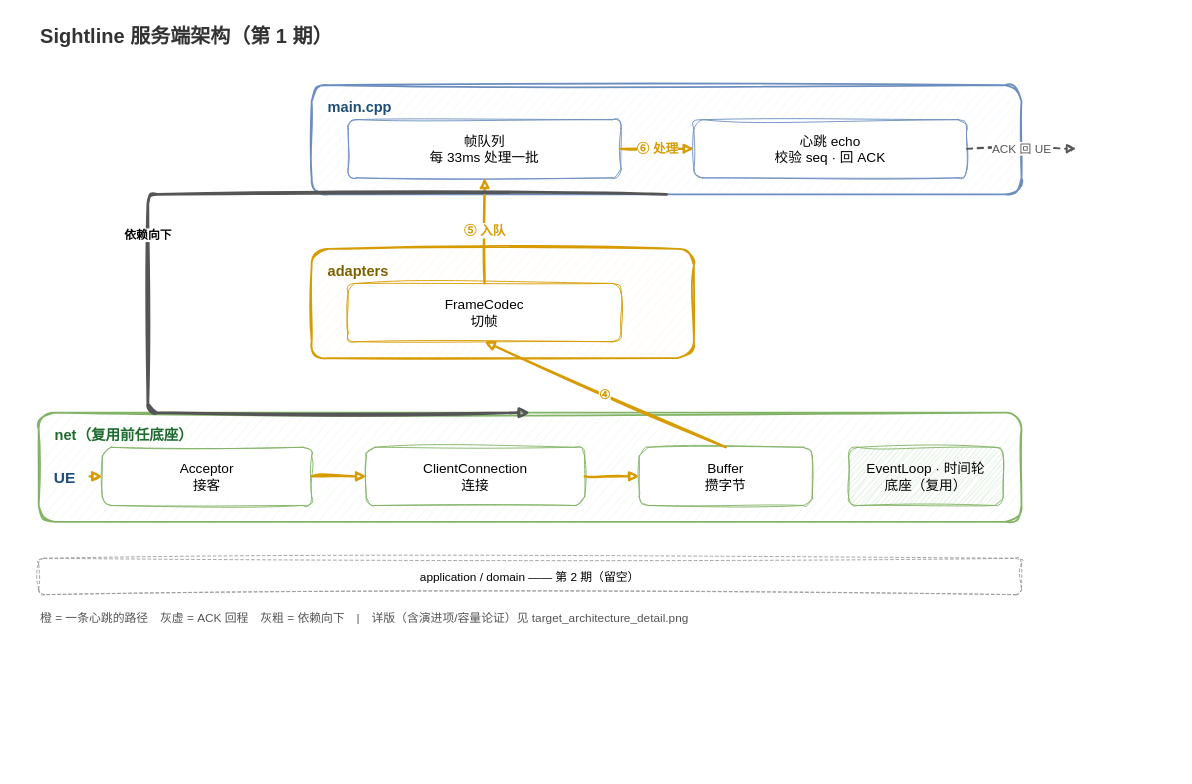
Earlier version of the draw.io diagram docs/episodes/ep01/target_architecture_detail.drawio (x-PiXiu/Sightline). Source tidied: cells renumbered, new cells numbered last; positions are measured from the earlier drawing's top-left corner, leaving out a move shared by most shapes. Both pictures are drawn from the tidied source at 91%, with x=0, y=0 at pixel (38, 17).
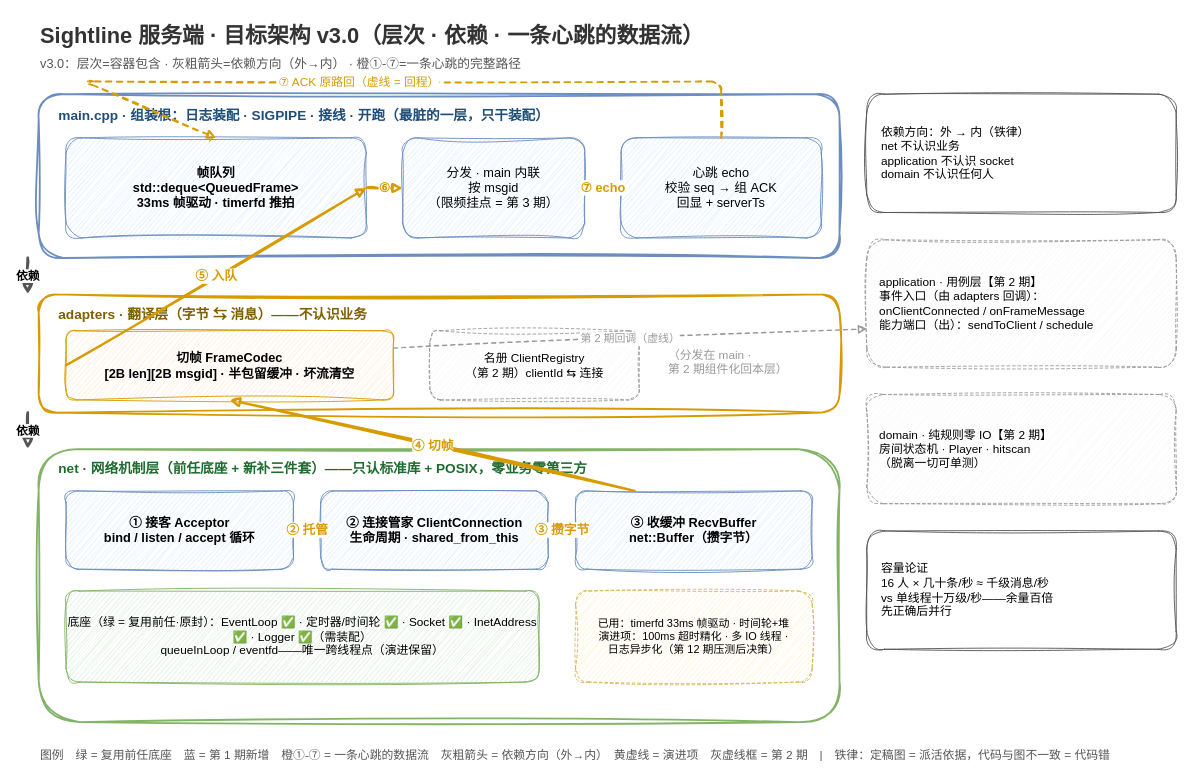
Above is the later version.

Commit message (it also covers changes not shown here):
ep01 图纸收尾：target_architecture_detail 详版真身恢复 + frame_queue_mech 归位根目录

- 详版 drawio 此前被精简版复制冒充（26 元素），从 2026-10-06 Temp 归档恢复真身（35 元素/11.8KB）并重渲 PNG（2553×1658，与精简版 md5 不同）；留档为 v3.0 内容含 3 处已知旧口径（MessageDispatcher/SendBuffer/timerfd），不上镜
- frame_queue_mech.drawio 从嵌套 ep01/ep01/ 归位 ep01 根；嵌套重复 seal_transparent.png 删除

Diff of the diagram source:
```diff
@@
-    <mxCell id="2" value="Sightline 服务端架构（第 1 期）" style="text;fontSize=22;fontStyle=1;fontColor=#333333;align=left;sketch=1;" parent="1" vertex="1">
-      <mxGeometry width="800" height="34" as="geometry" />
+    <mxCell id="2" value="Sightline 服务端 · 目标架构 v3.0（层次 · 依赖 · 一条心跳的数据流）" style="text;fontSize=24;fontStyle=1;fontColor=#333333;align=left;sketch=1;" parent="1" vertex="1">
+      <mxGeometry y="-2" width="1100" height="36" as="geometry" />
     </mxCell>
-    <mxCell id="3" style="rounded=1;fillColor=#f8fbff;strokeColor=#6c8ebf;strokeWidth=2;sketch=1;curveFitting=1;jiggle=2;" parent="1" vertex="1">
-      <mxGeometry x="300" y="74" width="780" height="120" as="geometry" />
-    </mxCell>
-    <mxCell id="4" value="main.cpp" style="text;fontSize=16;fontStyle=1;fontColor=#1f4e79;align=left;sketch=1;" parent="1" vertex="1">
-      <mxGeometry x="316" y="82" width="200" height="24" as="geometry" />
-    </mxCell>
-    <mxCell id="5" value="帧队列&#10;每 33ms 处理一批" style="rounded=1;whiteSpace=wrap;fillColor=#ffffff;strokeColor=#6c8ebf;fontSize=15;sketch=1;curveFitting=1;jiggle=2;" parent="1" vertex="1">
-      <mxGeometry x="340" y="112" width="300" height="64" as="geometry" />
-    </mxCell>
-    <mxCell id="6" value="心跳 echo&#10;校验 seq · 回 ACK" style="rounded=1;whiteSpace=wrap;fillColor=#ffffff;strokeColor=#6c8ebf;fontSize=15;sketch=1;curveFitting=1;jiggle=2;" parent="1" vertex="1">
-      <mxGeometry x="720" y="112" width="300" height="64" as="geometry" />
-    </mxCell>
-    <mxCell id="7" style="rounded=1;fillColor=#fffaf2;strokeColor=#d79b00;strokeWidth=2;sketch=1;curveFitting=1;jiggle=2;" parent="1" vertex="1">
-      <mxGeometry x="300" y="254" width="420" height="120" as="geometry" />
-    </mxCell>
-    <mxCell id="8" value="adapters" style="text;fontSize=16;fontStyle=1;fontColor=#7f6000;align=left;sketch=1;" parent="1" vertex="1">
-      <mxGeometry x="316" y="262" width="200" height="24" as="geometry" />
-    </mxCell>
-    <mxCell id="9" value="FrameCodec&#10;切帧" style="rounded=1;whiteSpace=wrap;fillColor=#ffffff;strokeColor=#d79b00;fontSize=15;sketch=1;curveFitting=1;jiggle=2;" parent="1" vertex="1">
-      <mxGeometry x="340" y="292" width="300" height="64" as="geometry" />
-    </mxCell>
-    <mxCell id="10" style="rounded=1;fillColor=#f6fbf4;strokeColor=#82b366;strokeWidth=2;sketch=1;curveFitting=1;jiggle=2;" parent="1" vertex="1">
-      <mxGeometry y="434" width="1080" height="120" as="geometry" />
-    </mxCell>
-    <mxCell id="11" value="net（复用前任底座）" style="text;fontSize=16;fontStyle=1;fontColor=#1f6b30;align=left;sketch=1;" parent="1" vertex="1">
-      <mxGeometry x="16" y="442" width="300" height="24" as="geometry" />
-    </mxCell>
-    <mxCell id="12" value="Acceptor&#10;接客" style="rounded=1;whiteSpace=wrap;fillColor=#ffffff;strokeColor=#82b366;fontSize=15;sketch=1;curveFitting=1;jiggle=2;" parent="1" vertex="1">
-      <mxGeometry x="70" y="472" width="230" height="64" as="geometry" />
-    </mxCell>
-    <mxCell id="13" value="ClientConnection&#10;连接" style="rounded=1;whiteSpace=wrap;fillColor=#ffffff;strokeColor=#82b366;fontSize=15;sketch=1;curveFitting=1;jiggle=2;" parent="1" vertex="1">
-      <mxGeometry x="360" y="472" width="240" height="64" as="geometry" />
-    </mxCell>
-    <mxCell id="14" value="Buffer&#10;攒字节" style="rounded=1;whiteSpace=wrap;fillColor=#ffffff;strokeColor=#82b366;fontSize=15;sketch=1;curveFitting=1;jiggle=2;" parent="1" vertex="1">
-      <mxGeometry x="660" y="472" width="190" height="64" as="geometry" />
-    </mxCell>
-    <mxCell id="15" value="EventLoop · 时间轮&#10;底座（复用）" style="rounded=1;whiteSpace=wrap;fillColor=#d5e8d4;strokeColor=#82b366;fontSize=15;sketch=1;curveFitting=1;jiggle=2;" parent="1" vertex="1">
-      <mxGeometry x="890" y="472" width="170" height="64" as="geometry" />
-    </mxCell>
-    <mxCell id="16" value="UE" style="text;fontSize=17;fontStyle=1;fontColor=#1f4e79;align=center;sketch=1;" parent="1" vertex="1">
-      <mxGeometry x="4" y="489" width="50" height="30" as="geometry" />
-    </mxCell>
-    <mxCell id="17" style="endArrow=block;html=1;strokeColor=#d79b00;strokeWidth=2.5;sketch=1;curveFitting=1;jiggle=2;" parent="1" edge="1" target="12">
-      <mxGeometry relative="1" as="geometry">
-        <mxPoint x="56" y="504" as="sourcePoint" />
-      </mxGeometry>
-    </mxCell>
-    <mxCell id="18" style="endArrow=block;html=1;strokeColor=#d79b00;strokeWidth=2.5;sketch=1;curveFitting=1;jiggle=2;" parent="1" edge="1" source="12" target="13">
-      <mxGeometry relative="1" as="geometry" />
-    </mxCell>
-    <mxCell id="19" style="endArrow=block;html=1;strokeColor=#d79b00;strokeWidth=2.5;sketch=1;curveFitting=1;jiggle=2;" parent="1" edge="1" source="13" target="14">
-      <mxGeometry relative="1" as="geometry" />
-    </mxCell>
-    <mxCell id="20" value="④" style="endArrow=block;html=1;strokeColor=#d79b00;strokeWidth=2.5;sketch=1;curveFitting=1;jiggle=2;fontSize=14;fontStyle=1;fontColor=#d79b00;exitX=0.5;exitY=0;entryX=0.5;entryY=1;" parent="1" edge="1" source="14" target="9">
-      <mxGeometry relative="1" as="geometry" />
-    </mxCell>
+    <mxCell id="27" value="v3.0：层次=容器包含 · 灰粗箭头=依赖方向（外→内） · 橙①-⑦=一条心跳的完整路径" style="text;fontSize=14;fontColor=#555555;align=left;sketch=1;" parent="1" vertex="1">
+      <mxGeometry y="36" width="1100" height="24" as="geometry" />
+    </mxCell>
+    <mxCell id="28" style="rounded=1;fillColor=#ffffff;strokeColor=#6c8ebf;strokeWidth=2;sketch=1;curveFitting=1;jiggle=2;" parent="1" vertex="1">
+      <mxGeometry y="84" width="880" height="180" as="geometry" />
+    </mxCell>
+    <mxCell id="29" value="main.cpp · 组装根：日志装配 · SIGPIPE · 接线 · 开跑（最脏的一层，只干装配）" style="text;fontSize=15;fontStyle=1;fontColor=#1f4e79;align=left;sketch=1;" parent="1" vertex="1">
+      <mxGeometry x="20" y="92" width="840" height="26" as="geometry" />
+    </mxCell>
+    <mxCell id="30" value="帧队列&#10;std::deque&lt;QueuedFrame&gt;&#10;33ms 帧驱动 · timerfd 推拍" style="rounded=1;whiteSpace=wrap;fillColor=#dae8fc;strokeColor=#6c8ebf;fontSize=14;fontStyle=1;sketch=1;curveFitting=1;jiggle=2;" parent="1" vertex="1">
+      <mxGeometry x="30" y="132" width="330" height="110" as="geometry" />
+    </mxCell>
+    <mxCell id="31" value="分发 · main 内联&#10;按 msgid&#10;（限频挂点 = 第 3 期）" style="rounded=1;whiteSpace=wrap;fillColor=#dae8fc;strokeColor=#6c8ebf;fontSize=14;sketch=1;curveFitting=1;jiggle=2;" parent="1" vertex="1">
+      <mxGeometry x="400" y="132" width="200" height="110" as="geometry" />
+    </mxCell>
+    <mxCell id="32" value="心跳 echo&#10;校验 seq → 组 ACK&#10;回显 + serverTs" style="rounded=1;whiteSpace=wrap;fillColor=#dae8fc;strokeColor=#6c8ebf;fontSize=14;sketch=1;curveFitting=1;jiggle=2;" parent="1" vertex="1">
+      <mxGeometry x="640" y="132" width="220" height="110" as="geometry" />
+    </mxCell>
+    <mxCell id="33" style="rounded=1;fillColor=#ffffff;strokeColor=#d79b00;strokeWidth=2;sketch=1;curveFitting=1;jiggle=2;" parent="1" vertex="1">
+      <mxGeometry y="304" width="880" height="130" as="geometry" />
+    </mxCell>
+    <mxCell id="34" value="adapters · 翻译层（字节 ⇆ 消息）——不认识业务" style="text;fontSize=15;fontStyle=1;fontColor=#7f6000;align=left;sketch=1;" parent="1" vertex="1">
+      <mxGeometry x="20" y="310" width="840" height="26" as="geometry" />
+    </mxCell>
+    <mxCell id="35" value="切帧 FrameCodec&#10;[2B len][2B msgid] · 半包留缓冲 · 坏流清空" style="rounded=1;whiteSpace=wrap;fillColor=#ffe6cc;strokeColor=#d79b00;fontSize=14;fontStyle=1;sketch=1;curveFitting=1;jiggle=2;" parent="1" vertex="1">
+      <mxGeometry x="30" y="344" width="360" height="76" as="geometry" />
+    </mxCell>
+    <mxCell id="36" value="名册 ClientRegistry&#10;（第 2 期）clientId ⇆ 连接" style="rounded=1;whiteSpace=wrap;fillColor=#f5f5f5;strokeColor=#999999;fontSize=13;dashed=1;sketch=1;curveFitting=1;jiggle=2;" parent="1" vertex="1">
+      <mxGeometry x="430" y="344" width="230" height="76" as="geometry" />
+    </mxCell>
+    <mxCell id="37" value="（分发在 main ·&#10;第 2 期组件化回本层）" style="text;fontSize=13;fontColor=#999999;align=left;sketch=1;" parent="1" vertex="1">
+      <mxGeometry x="690" y="356" width="180" height="52" as="geometry" />
+    </mxCell>
+    <mxCell id="38" style="rounded=1;fillColor=#ffffff;strokeColor=#82b366;strokeWidth=2;sketch=1;curveFitting=1;jiggle=2;" parent="1" vertex="1">
+      <mxGeometry y="474" width="880" height="300" as="geometry" />
+    </mxCell>
+    <mxCell id="39" value="net · 网络机制层（前任底座 + 新补三件套）——只认标准库 + POSIX，零业务零第三方" style="text;fontSize=15;fontStyle=1;fontColor=#1f6b30;align=left;sketch=1;" parent="1" vertex="1">
+      <mxGeometry x="20" y="480" width="840" height="26" as="geometry" />
+    </mxCell>
+    <mxCell id="40" value="① 接客 Acceptor&#10;bind / listen / accept 循环" style="rounded=1;whiteSpace=wrap;fillColor=#dae8fc;strokeColor=#6c8ebf;fontSize=14;fontStyle=1;sketch=1;curveFitting=1;jiggle=2;" parent="1" vertex="1">
+      <mxGeometry x="30" y="520" width="250" height="86" as="geometry" />
+    </mxCell>
+    <mxCell id="41" value="② 连接管家 ClientConnection&#10;生命周期 · shared_from_this" style="rounded=1;whiteSpace=wrap;fillColor=#dae8fc;strokeColor=#6c8ebf;fontSize=14;fontStyle=1;sketch=1;curveFitting=1;jiggle=2;" parent="1" vertex="1">
+      <mxGeometry x="310" y="520" width="250" height="86" as="geometry" />
+    </mxCell>
+    <mxCell id="42" value="③ 收缓冲 RecvBuffer&#10;net::Buffer（攒字节）" style="rounded=1;whiteSpace=wrap;fillColor=#dae8fc;strokeColor=#6c8ebf;fontSize=14;fontStyle=1;sketch=1;curveFitting=1;jiggle=2;" parent="1" vertex="1">
+      <mxGeometry x="590" y="520" width="260" height="86" as="geometry" />
+    </mxCell>
+    <mxCell id="43" value="底座（绿 = 复用前任·原封）：EventLoop ✅ · 定时器/时间轮 ✅ · Socket ✅ · InetAddress ✅ · Logger ✅（需装配）&#10;queueInLoop / eventfd——唯一跨线程点（演进保留）" style="rounded=1;whiteSpace=wrap;fillColor=#d5e8d4;strokeColor=#82b366;fontSize=13;sketch=1;curveFitting=1;jiggle=2;" parent="1" vertex="1">
+      <mxGeometry x="30" y="630" width="520" height="100" as="geometry" />
+    </mxCell>
+    <mxCell id="44" value="已用：timerfd 33ms 帧驱动 · 时间轮+堆&#10;演进项：100ms 超时精化 · 多 IO 线程 ·&#10;日志异步化（第 12 期压测后决策）" style="rounded=1;whiteSpace=wrap;fillColor=#fff2cc;strokeColor=#d6b656;fontSize=12;dashed=1;sketch=1;curveFitting=1;jiggle=2;" parent="1" vertex="1">
+      <mxGeometry x="590" y="630" width="260" height="100" as="geometry" />
+    </mxCell>
+    <mxCell id="45" value="依赖" style="endArrow=block;html=1;strokeColor=#555555;strokeWidth=3;sketch=1;curveFitting=1;jiggle=2;fontSize=13;fontStyle=1;" parent="1" edge="1">
+      <mxGeometry relative="1" as="geometry">
+        <mxPoint x="-12" y="264" as="sourcePoint" />
+        <mxPoint x="-12" y="304" as="targetPoint" />
+      </mxGeometry>
+    </mxCell>
+    <mxCell id="46" value="依赖" style="endArrow=block;html=1;strokeColor=#555555;strokeWidth=3;sketch=1;curveFitting=1;jiggle=2;fontSize=13;fontStyle=1;" parent="1" edge="1">
+      <mxGeometry relative="1" as="geometry">
+        <mxPoint x="-12" y="434" as="sourcePoint" />
+        <mxPoint x="-12" y="474" as="targetPoint" />
+      </mxGeometry>
+    </mxCell>
+    <mxCell id="47" value="④ 切帧" style="endArrow=block;html=1;strokeColor=#d79b00;strokeWidth=2.5;sketch=1;curveFitting=1;jiggle=2;fontSize=14;fontStyle=1;fontColor=#d79b00;exitX=0.25;exitY=0;entryX=0.5;entryY=1;" parent="1" edge="1" source="42" target="35">
+      <mxGeometry relative="1" as="geometry" />
+    </mxCell>
-    <mxCell id="21" value="⑤ 入队" style="endArrow=block;html=1;strokeColor=#d79b00;strokeWidth=2.5;sketch=1;curveFitting=1;jiggle=2;fontSize=14;fontStyle=1;fontColor=#d79b00;exitX=0.5;exitY=0;entryX=0.5;entryY=1;" parent="1" edge="1" source="9" target="5">
+    <mxCell id="21" value="⑤ 入队" style="endArrow=block;html=1;strokeColor=#d79b00;strokeWidth=2.5;sketch=1;curveFitting=1;jiggle=2;fontSize=14;fontStyle=1;fontColor=#d79b00;exitX=0;exitY=0.5;entryX=1;entryY=0.5;" parent="1" edge="1" source="35" target="30">
       <mxGeometry relative="1" as="geometry" />
     </mxCell>
-    <mxCell id="22" value="⑥ 处理" style="endArrow=block;html=1;strokeColor=#d79b00;strokeWidth=2.5;sketch=1;curveFitting=1;jiggle=2;fontSize=14;fontStyle=1;fontColor=#d79b00;exitX=1;exitY=0.5;entryX=0;entryY=0.5;" parent="1" edge="1" source="5" target="6">
-      <mxGeometry relative="1" as="geometry" />
-    </mxCell>
-    <mxCell id="23" value="ACK 回 UE" style="endArrow=block;html=1;strokeColor=#555555;strokeWidth=2;dashed=1;sketch=1;curveFitting=1;jiggle=2;fontSize=13;fontColor=#555555;exitX=1;exitY=0.5;" parent="1" edge="1" source="6">
-      <mxGeometry relative="1" as="geometry">
-        <mxPoint x="1140" y="144" as="targetPoint" />
-        <Array as="points">
-          <mxPoint x="1140" y="144" />
-        </Array>
-      </mxGeometry>
-    </mxCell>
-    <mxCell id="24" value="依赖向下" style="endArrow=block;html=1;strokeColor=#555555;strokeWidth=3;sketch=1;curveFitting=1;jiggle=2;fontSize=13;fontStyle=1;exitX=0.5;exitY=1;entryX=0.5;entryY=0;" parent="1" edge="1" source="3" target="10">
-      <mxGeometry relative="1" as="geometry">
-        <Array as="points">
-          <mxPoint x="120" y="194" />
-          <mxPoint x="120" y="434" />
-        </Array>
-      </mxGeometry>
-    </mxCell>
-    <mxCell id="25" value="application / domain —— 第 2 期（留空）" style="rounded=1;whiteSpace=wrap;fillColor=none;strokeColor=#999999;fontSize=13;dashed=1;sketch=1;curveFitting=1;jiggle=2;" parent="1" vertex="1">
-      <mxGeometry y="594" width="1080" height="40" as="geometry" />
-    </mxCell>
+    <mxCell id="48" value="⑥" style="endArrow=block;html=1;strokeColor=#d79b00;strokeWidth=2.5;sketch=1;curveFitting=1;jiggle=2;fontSize=14;fontStyle=1;fontColor=#d79b00;exitX=1;exitY=0.5;entryX=0;entryY=0.5;" parent="1" edge="1" source="30" target="31">
+      <mxGeometry relative="1" as="geometry" />
+    </mxCell>
+    <mxCell id="49" value="⑦ echo" style="endArrow=block;html=1;strokeColor=#d79b00;strokeWidth=2.5;sketch=1;curveFitting=1;jiggle=2;fontSize=14;fontStyle=1;fontColor=#d79b00;exitX=1;exitY=0.5;entryX=0;entryY=0.5;" parent="1" edge="1" source="31" target="32">
+      <mxGeometry relative="1" as="geometry" />
+    </mxCell>
+    <mxCell id="50" value="② 托管" style="endArrow=block;html=1;strokeColor=#d79b00;strokeWidth=2.5;sketch=1;curveFitting=1;jiggle=2;fontSize=14;fontStyle=1;fontColor=#d79b00;exitX=1;exitY=0.5;entryX=0;entryY=0.5;" parent="1" edge="1" source="40" target="41">
+      <mxGeometry relative="1" as="geometry" />
+    </mxCell>
+    <mxCell id="51" value="③ 攒字节" style="endArrow=block;html=1;strokeColor=#d79b00;strokeWidth=2.5;sketch=1;curveFitting=1;jiggle=2;fontSize=14;fontStyle=1;fontColor=#d79b00;exitX=1;exitY=0.5;entryX=0;entryY=0.5;" parent="1" edge="1" source="41" target="42">
+      <mxGeometry relative="1" as="geometry" />
+    </mxCell>
+    <mxCell id="52" value="⑦ ACK 原路回（虚线 = 回程）" style="endArrow=block;html=1;strokeColor=#d79b00;strokeWidth=2;dashed=1;sketch=1;curveFitting=1;jiggle=2;fontSize=13;fontColor=#d79b00;exitX=0.5;exitY=0;entryX=0.5;entryY=0;" parent="1" edge="1" source="32" target="30">
+      <mxGeometry relative="1" as="geometry">
+        <Array as="points">
+          <mxPoint x="750" y="70" />
+          <mxPoint x="50" y="70" />
+        </Array>
+      </mxGeometry>
+    </mxCell>
+    <mxCell id="53" value="依赖方向：外 → 内（铁律）&#10;net 不认识业务&#10;application 不认识 socket&#10;domain 不认识任何人" style="rounded=1;whiteSpace=wrap;fillColor=#ffffff;strokeColor=#555555;fontSize=13;align=left;spacingLeft=14;sketch=1;curveFitting=1;jiggle=2;" parent="1" vertex="1">
+      <mxGeometry x="910" y="84" width="340" height="130" as="geometry" />
+    </mxCell>
+    <mxCell id="54" value="application · 用例层【第 2 期】&#10;事件入口（由 adapters 回调）：&#10;onClientConnected / onFrameMessage&#10;能力端口（出）：sendToClient / schedule" style="rounded=1;whiteSpace=wrap;fillColor=#f5f5f5;strokeColor=#999999;fontSize=13;dashed=1;align=left;spacingLeft=12;sketch=1;curveFitting=1;jiggle=2;" parent="1" vertex="1">
+      <mxGeometry x="910" y="244" width="340" height="140" as="geometry" />
+    </mxCell>
+    <mxCell id="55" value="domain · 纯规则零 IO【第 2 期】&#10;房间状态机 · Player · hitscan&#10;（脱离一切可单测）" style="rounded=1;whiteSpace=wrap;fillColor=#f5f5f5;strokeColor=#999999;fontSize=13;dashed=1;align=left;spacingLeft=12;sketch=1;curveFitting=1;jiggle=2;" parent="1" vertex="1">
+      <mxGeometry x="910" y="414" width="340" height="120" as="geometry" />
+    </mxCell>
+    <mxCell id="56" value="容量论证&#10;16 人 × 几十条/秒 ≈ 千级消息/秒&#10;vs 单线程十万级/秒——余量百倍&#10;先正确后并行" style="rounded=1;whiteSpace=wrap;fillColor=#ffffff;strokeColor=#555555;fontSize=13;align=left;spacingLeft=14;sketch=1;curveFitting=1;jiggle=2;" parent="1" vertex="1">
+      <mxGeometry x="910" y="564" width="340" height="130" as="geometry" />
+    </mxCell>
+    <mxCell id="57" value="第 2 期回调（虚线）" style="endArrow=block;html=1;strokeColor=#999999;strokeWidth=1.5;dashed=1;sketch=1;fontSize=12;fontColor=#999999;exitX=1;exitY=0.25;entryX=0;entryY=0.7;" parent="1" edge="1" source="35" target="54">
+      <mxGeometry relative="1" as="geometry" />
+    </mxCell>
-    <mxCell id="26" value="橙 = 一条心跳的路径　灰虚 = ACK 回程　灰粗 = 依赖向下　|　详版（含演进项/容量论证）见 target_architecture_detail.png" style="text;fontSize=13;fontColor=#555555;align=left;sketch=1;" parent="1" vertex="1">
-      <mxGeometry y="646" width="1140" height="26" as="geometry" />
+    <mxCell id="26" value="图例　绿 = 复用前任底座　蓝 = 第 1 期新增　橙①-⑦ = 一条心跳的数据流　灰粗箭头 = 依赖方向（外→内）　黄虚线 = 演进项　灰虚线框 = 第 2 期　|　铁律：定稿图 = 派活依据，代码与图不一致 = 代码错" style="text;fontSize=13;fontColor=#555555;align=left;sketch=1;" parent="1" vertex="1">
+      <mxGeometry y="796" width="1250" height="30" as="geometry" />
     </mxCell>
```
